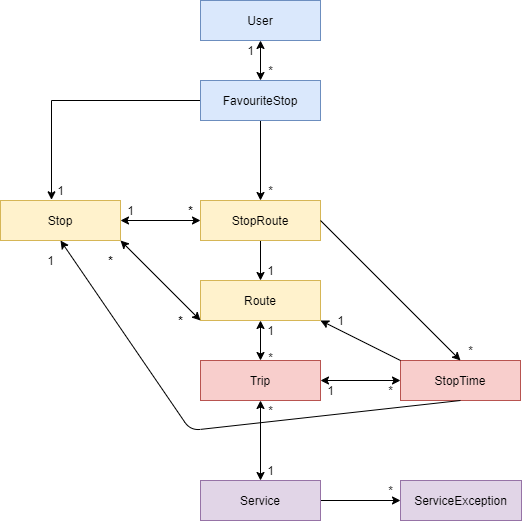
This is api/graphql/schema/diagram.png from danielholmes839/OC-Transpo-GraphQL, a draw.io export, as it was before one commit. Source tidied: cells renumbered, new cells last; positions are measured from the earlier drawing's top-left corner, leaving out a move shared by most shapes.
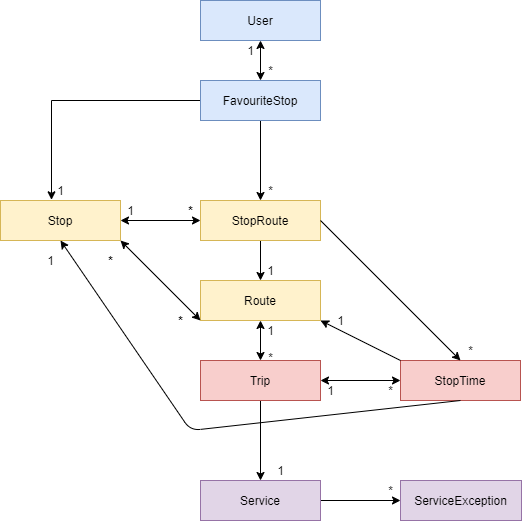
Above is the later version.

Commit message:
Service no longer points to Trip

The edit, as a diff of the source:
```diff
@@ -50,6 +50,9 @@
     <mxCell id="17" value="&lt;b&gt;*&lt;/b&gt;" style="text;html=1;align=center;verticalAlign=middle;" parent="1" vertex="1">
       <mxGeometry x="170" y="310" width="20" height="20" as="geometry" />
     </mxCell>
+    <mxCell id="43" style="edgeStyle=orthogonalEdgeStyle;rounded=0;jettySize=auto;html=1;exitX=0.5;exitY=1;exitDx=0;exitDy=0;entryX=0.5;entryY=0;entryDx=0;entryDy=0;" parent="1" edge="1" source="18" target="36">
+      <mxGeometry relative="1" as="geometry" />
+    </mxCell>
     <mxCell id="18" value="Trip" style="rounded=0;whiteSpace=wrap;html=1;fillColor=#f8cecc;strokeColor=#b85450;" parent="1" vertex="1">
       <mxGeometry x="200" y="360" width="120" height="40" as="geometry" />
     </mxCell>
@@ -113,15 +116,6 @@
     <mxCell id="36" value="Service" style="rounded=0;whiteSpace=wrap;html=1;fillColor=#e1d5e7;strokeColor=#9673a6;" parent="1" vertex="1">
       <mxGeometry x="200" y="480" width="120" height="40" as="geometry" />
     </mxCell>
-    <mxCell id="37" style="endArrow=classic;startArrow=classic;html=1;entryX=0.5;entryY=1;entryDx=0;entryDy=0;exitX=0.5;exitY=0;exitDx=0;exitDy=0;" parent="1" edge="1" source="36" target="18">
-      <mxGeometry relative="1" as="geometry" />
-    </mxCell>
-    <mxCell id="38" value="*&lt;br&gt;" style="text;html=1;align=center;verticalAlign=middle;" parent="1" vertex="1">
-      <mxGeometry x="260" y="400" width="20" height="20" as="geometry" />
-    </mxCell>
-    <mxCell id="39" value="1" style="text;html=1;align=center;verticalAlign=middle;" parent="1" vertex="1">
-      <mxGeometry x="260" y="460" width="20" height="20" as="geometry" />
-    </mxCell>
     <mxCell id="40" value="ServiceException" style="rounded=0;whiteSpace=wrap;html=1;fillColor=#e1d5e7;strokeColor=#9673a6;" parent="1" vertex="1">
       <mxGeometry x="400" y="480" width="121" height="40" as="geometry" />
     </mxCell>
@@ -131,5 +125,8 @@
     <mxCell id="42" style="endArrow=classic;startArrow=classic;html=1;exitX=0.5;exitY=0;exitDx=0;exitDy=0;entryX=0.5;entryY=1;entryDx=0;entryDy=0;" parent="1" edge="1" source="5" target="2">
       <mxGeometry relative="1" as="geometry" />
     </mxCell>
+    <mxCell id="39" value="1" style="text;html=1;align=center;verticalAlign=middle;" parent="1" vertex="1">
+      <mxGeometry x="270" y="460" width="20" height="20" as="geometry" />
+    </mxCell>
   </root>
 </mxGraphModel>
```
